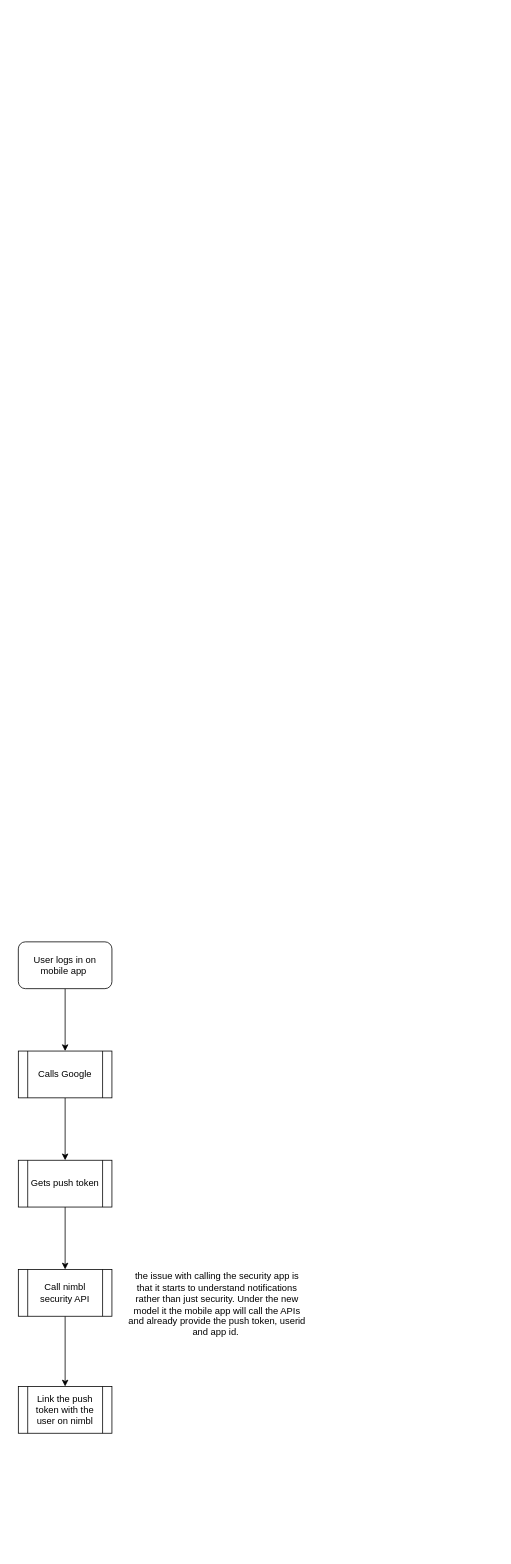
mattwatts36/drawings keeps this draw.io diagram as CaxtonPushNotifications.drawio. Above is the earlier version. Source tidied: cells renumbered, new cells numbered last; positions are measured from the earlier drawing's top-left corner, leaving out a move shared by most shapes. Both pictures are drawn from the tidied source at 78%, with x=0, y=0 at pixel (18, 941).
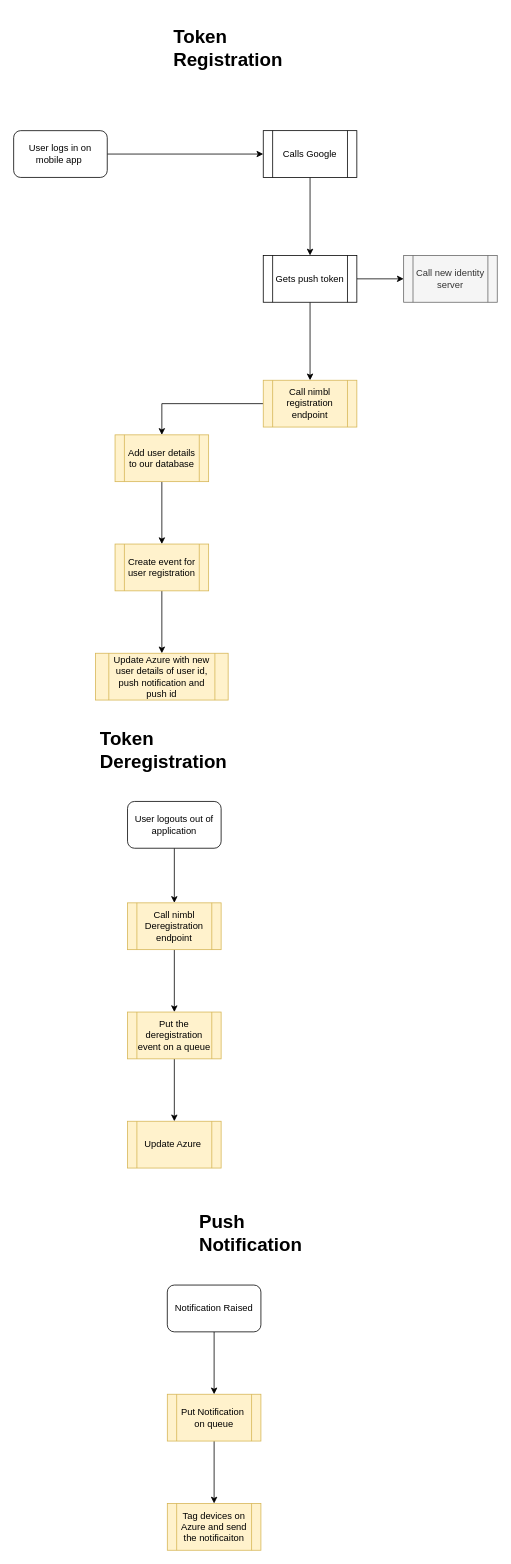
The same page after the edit.

Diff of the diagram source:
```diff
@@
     <mxCell id="3" value="User logs in on mobile app&amp;nbsp;" style="rounded=1;whiteSpace=wrap;html=1;" parent="1" vertex="1">
-      <mxGeometry width="120" height="60" as="geometry" />
+      <mxGeometry x="-6" y="-1040" width="120" height="60" as="geometry" />
     </mxCell>
@@
     <mxCell id="5" value="Calls Google" style="shape=process;whiteSpace=wrap;html=1;backgroundOutline=1;" parent="1" vertex="1">
-      <mxGeometry y="140" width="120" height="60" as="geometry" />
+      <mxGeometry x="314" y="-1040" width="120" height="60" as="geometry" />
     </mxCell>
@@
+    <mxCell id="12" style="edgeStyle=orthogonalEdgeStyle;rounded=0;jettySize=auto;html=1;" parent="1" edge="1" source="7" target="14">
+      <mxGeometry relative="1" as="geometry" />
+    </mxCell>
     <mxCell id="7" value="Gets push token" style="shape=process;whiteSpace=wrap;html=1;backgroundOutline=1;" parent="1" vertex="1">
-      <mxGeometry y="280" width="120" height="60" as="geometry" />
+      <mxGeometry x="314" y="-880" width="120" height="60" as="geometry" />
     </mxCell>
@@
-    <mxCell id="9" value="Call nimbl security API" style="shape=process;whiteSpace=wrap;html=1;backgroundOutline=1;" parent="1" vertex="1">
-      <mxGeometry y="420" width="120" height="60" as="geometry" />
+    <mxCell id="9" value="Call nimbl registration endpoint" style="shape=process;whiteSpace=wrap;html=1;backgroundOutline=1;fillColor=#fff2cc;strokeColor=#d6b656;" parent="1" vertex="1">
+      <mxGeometry x="314" y="-720" width="120" height="60" as="geometry" />
     </mxCell>
+    <mxCell id="13" style="edgeStyle=orthogonalEdgeStyle;rounded=0;jettySize=auto;html=1;" parent="1" edge="1" source="10" target="16">
+      <mxGeometry relative="1" as="geometry" />
+    </mxCell>
-    <mxCell id="10" value="Link the push token with the user on nimbl" style="shape=process;whiteSpace=wrap;html=1;backgroundOutline=1;" parent="1" vertex="1">
-      <mxGeometry y="570" width="120" height="60" as="geometry" />
+    <mxCell id="10" value="Add user details to our database" style="shape=process;whiteSpace=wrap;html=1;backgroundOutline=1;fillColor=#fff2cc;strokeColor=#d6b656;" parent="1" vertex="1">
+      <mxGeometry x="124" y="-650" width="120" height="60" as="geometry" />
     </mxCell>
-    <mxCell id="11" value="the issue with calling the security app is that it starts to understand notifications rather than just security. Under the new model it the mobile app will call the APIs and already provide the push token, userid and app id.&amp;nbsp;" style="text;html=1;strokeColor=none;fillColor=none;align=center;verticalAlign=middle;whiteSpace=wrap;rounded=0;" parent="1" vertex="1">
-      <mxGeometry x="140" y="430" width="230" height="70" as="geometry" />
-    </mxCell>
+    <mxCell id="14" value="Call new identity server" style="shape=process;whiteSpace=wrap;html=1;backgroundOutline=1;fillColor=#f5f5f5;fontColor=#333333;strokeColor=#666666;" parent="1" vertex="1">
+      <mxGeometry x="494" y="-880" width="120" height="60" as="geometry" />
+    </mxCell>
+    <mxCell id="15" style="edgeStyle=orthogonalEdgeStyle;rounded=0;jettySize=auto;html=1;" parent="1" edge="1" source="16" target="17">
+      <mxGeometry relative="1" as="geometry" />
+    </mxCell>
+    <mxCell id="16" value="Create event for user registration" style="shape=process;whiteSpace=wrap;html=1;backgroundOutline=1;fillColor=#fff2cc;strokeColor=#d6b656;" parent="1" vertex="1">
+      <mxGeometry x="124" y="-510" width="120" height="60" as="geometry" />
+    </mxCell>
+    <mxCell id="17" value="Update Azure with new user details of user id, push notification and push id" style="shape=process;whiteSpace=wrap;html=1;backgroundOutline=1;fillColor=#fff2cc;strokeColor=#d6b656;" parent="1" vertex="1">
+      <mxGeometry x="99" y="-370" width="170" height="60" as="geometry" />
+    </mxCell>
+    <mxCell id="18" value="&lt;h1&gt;Token Registration&lt;/h1&gt;&lt;p&gt;&lt;br&gt;&lt;/p&gt;" style="text;html=1;strokeColor=none;fillColor=none;spacing=5;spacingTop=-20;whiteSpace=wrap;overflow=hidden;rounded=0;" parent="1" vertex="1">
+      <mxGeometry x="194" y="-1180" width="190" height="80" as="geometry" />
+    </mxCell>
+    <mxCell id="19" value="&lt;h1&gt;Push Notification&lt;/h1&gt;&lt;p&gt;&lt;br&gt;&lt;/p&gt;" style="text;html=1;strokeColor=none;fillColor=none;spacing=5;spacingTop=-20;whiteSpace=wrap;overflow=hidden;rounded=0;" parent="1" vertex="1">
+      <mxGeometry x="227" y="340" width="190" height="70" as="geometry" />
+    </mxCell>
+    <mxCell id="20" style="edgeStyle=orthogonalEdgeStyle;rounded=0;jettySize=auto;html=1;" parent="1" edge="1" source="21" target="23">
+      <mxGeometry relative="1" as="geometry" />
+    </mxCell>
+    <mxCell id="21" value="Notification Raised" style="rounded=1;whiteSpace=wrap;html=1;" parent="1" vertex="1">
+      <mxGeometry x="191" y="440" width="120" height="60" as="geometry" />
+    </mxCell>
+    <mxCell id="22" style="edgeStyle=orthogonalEdgeStyle;rounded=0;jettySize=auto;html=1;" parent="1" edge="1" source="23" target="24">
+      <mxGeometry relative="1" as="geometry" />
+    </mxCell>
+    <mxCell id="23" value="Put Notification&amp;nbsp; on queue" style="shape=process;whiteSpace=wrap;html=1;backgroundOutline=1;fillColor=#fff2cc;strokeColor=#d6b656;" parent="1" vertex="1">
+      <mxGeometry x="191" y="580" width="120" height="60" as="geometry" />
+    </mxCell>
+    <mxCell id="24" value="Tag devices on Azure and send the notificaiton" style="shape=process;whiteSpace=wrap;html=1;backgroundOutline=1;fillColor=#fff2cc;strokeColor=#d6b656;" parent="1" vertex="1">
+      <mxGeometry x="191" y="720" width="120" height="60" as="geometry" />
+    </mxCell>
+    <mxCell id="25" value="&lt;h1&gt;Token Deregistration&lt;/h1&gt;" style="text;html=1;strokeColor=none;fillColor=none;spacing=5;spacingTop=-20;whiteSpace=wrap;overflow=hidden;rounded=0;" parent="1" vertex="1">
+      <mxGeometry x="100" y="-280" width="190" height="90" as="geometry" />
+    </mxCell>
+    <mxCell id="26" style="edgeStyle=orthogonalEdgeStyle;rounded=0;jettySize=auto;html=1;" parent="1" edge="1" source="27" target="29">
+      <mxGeometry relative="1" as="geometry" />
+    </mxCell>
+    <mxCell id="27" value="User logouts out of application" style="rounded=1;whiteSpace=wrap;html=1;" parent="1" vertex="1">
+      <mxGeometry x="140" y="-180" width="120" height="60" as="geometry" />
+    </mxCell>
+    <mxCell id="28" style="edgeStyle=orthogonalEdgeStyle;rounded=0;jettySize=auto;html=1;" parent="1" edge="1" source="29" target="31">
+      <mxGeometry relative="1" as="geometry" />
+    </mxCell>
+    <mxCell id="29" value="Call nimbl Deregistration endpoint" style="shape=process;whiteSpace=wrap;html=1;backgroundOutline=1;fillColor=#fff2cc;strokeColor=#d6b656;" parent="1" vertex="1">
+      <mxGeometry x="140" y="-50" width="120" height="60" as="geometry" />
+    </mxCell>
+    <mxCell id="30" style="edgeStyle=orthogonalEdgeStyle;rounded=0;jettySize=auto;html=1;" parent="1" edge="1" source="31" target="32">
+      <mxGeometry relative="1" as="geometry" />
+    </mxCell>
+    <mxCell id="31" value="Put the deregistration event on a queue" style="shape=process;whiteSpace=wrap;html=1;backgroundOutline=1;fillColor=#fff2cc;strokeColor=#d6b656;" parent="1" vertex="1">
+      <mxGeometry x="140" y="90" width="120" height="60" as="geometry" />
+    </mxCell>
+    <mxCell id="32" value="Update Azure&amp;nbsp;" style="shape=process;whiteSpace=wrap;html=1;backgroundOutline=1;fillColor=#fff2cc;strokeColor=#d6b656;" parent="1" vertex="1">
+      <mxGeometry x="140" y="230" width="120" height="60" as="geometry" />
+    </mxCell>
```
